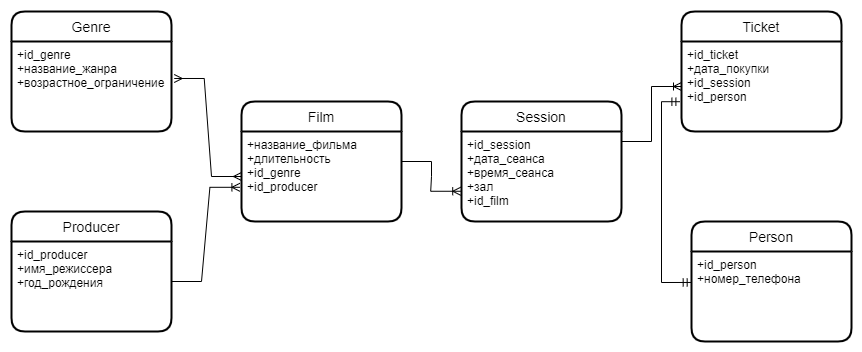
This is Cinema.drawio.png from Kolesa-Education/kolesa-upgrade-homework-4, a draw.io export, as it was before one commit. Source tidied: cells renumbered, new cells last; positions are measured from the earlier drawing's top-left corner, leaving out a move shared by most shapes.
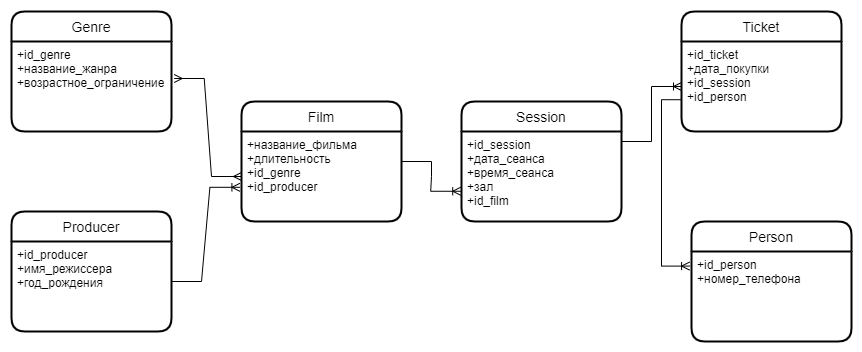
After the commit.

Commit message:
homework 4.1 second attempt

The edit, as a diff of the source:
```diff
@@ -51,18 +51,18 @@
         <mxPoint x="390" y="150" as="sourcePoint" />
       </mxGeometry>
     </mxCell>
-    <mxCell id="17" style="edgeStyle=orthogonalEdgeStyle;fontSize=12;html=1;endArrow=ERmandOne;startArrow=ERmandOne;rounded=0;exitX=-0.002;exitY=0.344;exitDx=0;exitDy=0;exitPerimeter=0;entryX=-0.01;entryY=0.669;entryDx=0;entryDy=0;entryPerimeter=0;" parent="1" edge="1" source="13" target="11">
-      <mxGeometry relative="1" as="geometry">
-        <Array as="points">
-          <mxPoint x="650" y="271" />
-          <mxPoint x="650" y="90" />
-        </Array>
-      </mxGeometry>
-    </mxCell>
     <mxCell id="18" style="edgeStyle=entityRelationEdgeStyle;fontSize=12;html=1;endArrow=ERoneToMany;rounded=0;entryX=0;entryY=0.5;entryDx=0;entryDy=0;" parent="1" edge="1" target="11">
       <mxGeometry relative="1" as="geometry">
         <mxPoint x="610" y="130" as="sourcePoint" />
       </mxGeometry>
     </mxCell>
+    <mxCell id="19" style="edgeStyle=orthogonalEdgeStyle;fontSize=12;html=1;endArrow=ERoneToMany;rounded=0;exitX=0;exitY=0.647;exitDx=0;exitDy=0;exitPerimeter=0;entryX=-0.012;entryY=0.162;entryDx=0;entryDy=0;entryPerimeter=0;" parent="1" edge="1" source="11" target="13">
+      <mxGeometry relative="1" as="geometry">
+        <Array as="points">
+          <mxPoint x="650" y="88" />
+          <mxPoint x="650" y="255" />
+        </Array>
+      </mxGeometry>
+    </mxCell>
   </root>
 </mxGraphModel>
```
